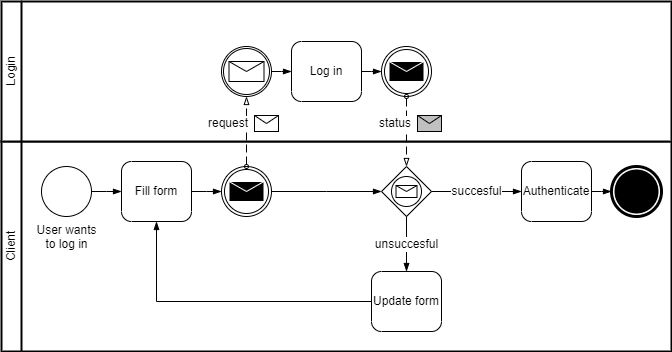
Earlier version of the draw.io export .gitbook/assets/login_bpmn.drawio.png (Bernardo-MG/development-docs-architecture). Source tidied: cells renumbered, new cells last; positions are measured from the earlier drawing's top-left corner, leaving out a move shared by most shapes.
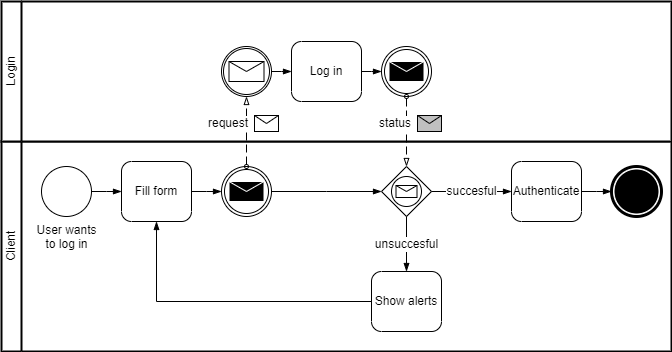
Above is the later version.

What changed in the source:
```diff
@@ -20,11 +20,11 @@
       <mxGeometry relative="1" as="geometry" />
     </mxCell>
     <mxCell id="7" value="Authenticate" style="points=[[0.25,0,0],[0.5,0,0],[0.75,0,0],[1,0.25,0],[1,0.5,0],[1,0.75,0],[0.75,1,0],[0.5,1,0],[0.25,1,0],[0,0.75,0],[0,0.5,0],[0,0.25,0]];shape=mxgraph.bpmn.task;whiteSpace=wrap;rectStyle=rounded;size=10;html=1;taskMarker=abstract;" parent="2" vertex="1">
-      <mxGeometry x="520" y="20" width="70" height="60" as="geometry" />
+      <mxGeometry x="510" y="20" width="70" height="60" as="geometry" />
     </mxCell>
-    <mxCell id="8" value="Update form" style="points=[[0.25,0,0],[0.5,0,0],[0.75,0,0],[1,0.25,0],[1,0.5,0],[1,0.75,0],[0.75,1,0],[0.5,1,0],[0.25,1,0],[0,0.75,0],[0,0.5,0],[0,0.25,0]];shape=mxgraph.bpmn.task;whiteSpace=wrap;rectStyle=rounded;size=10;html=1;taskMarker=abstract;" parent="2" vertex="1">
-      <mxGeometry x="370" y="130" width="70" height="60" as="geometry" />
-    </mxCell>
+    <mxCell id="29" value="Show alerts" style="points=[[0.25,0,0],[0.5,0,0],[0.75,0,0],[1,0.25,0],[1,0.5,0],[1,0.75,0],[0.75,1,0],[0.5,1,0],[0.25,1,0],[0,0.75,0],[0,0.5,0],[0,0.25,0]];shape=mxgraph.bpmn.task;whiteSpace=wrap;rectStyle=rounded;size=10;html=1;taskMarker=abstract;" parent="2" vertex="1">
+      <mxGeometry x="370" y="130" width="70" height="60" as="geometry" />
+    </mxCell>
     <mxCell id="9" style="points=[[0.145,0.145,0],[0.5,0,0],[0.855,0.145,0],[1,0.5,0],[0.855,0.855,0],[0.5,1,0],[0.145,0.855,0],[0,0.5,0]];shape=mxgraph.bpmn.event;html=1;verticalLabelPosition=bottom;labelBackgroundColor=#ffffff;verticalAlign=top;align=center;perimeter=ellipsePerimeter;outlineConnect=0;outline=end;symbol=terminate;" parent="2" vertex="1">
       <mxGeometry x="610" y="25" width="50" height="50" as="geometry" />
     </mxCell>
@@ -34,16 +34,16 @@
     <mxCell id="11" style="points=[[0.25,0.25,0],[0.5,0,0],[0.75,0.25,0],[1,0.5,0],[0.75,0.75,0],[0.5,1,0],[0.25,0.75,0],[0,0.5,0]];shape=mxgraph.bpmn.gateway2;html=1;verticalLabelPosition=bottom;labelBackgroundColor=#ffffff;verticalAlign=top;align=center;perimeter=rhombusPerimeter;outlineConnect=0;outline=standard;symbol=message;" parent="2" vertex="1">
       <mxGeometry x="380" y="25" width="50" height="50" as="geometry" />
     </mxCell>
-    <mxCell id="12" value="unsuccesful" style="edgeStyle=orthogonalEdgeStyle;fontSize=12;html=1;endArrow=blockThin;endFill=1;rounded=0;exitX=0.5;exitY=1;exitDx=0;exitDy=0;exitPerimeter=0;entryX=0.5;entryY=0;entryDx=0;entryDy=0;entryPerimeter=0;" parent="2" edge="1" source="11" target="8">
+    <mxCell id="12" value="unsuccesful" style="edgeStyle=orthogonalEdgeStyle;fontSize=12;html=1;endArrow=blockThin;endFill=1;rounded=0;exitX=0.5;exitY=1;exitDx=0;exitDy=0;exitPerimeter=0;entryX=0.5;entryY=0;entryDx=0;entryDy=0;entryPerimeter=0;" parent="2" edge="1" source="11" target="29">
       <mxGeometry relative="1" as="geometry" />
     </mxCell>
-    <mxCell id="13" style="edgeStyle=elbowEdgeStyle;fontSize=12;html=1;endArrow=blockThin;endFill=1;rounded=0;exitX=0;exitY=0.5;exitDx=0;exitDy=0;exitPerimeter=0;entryX=0.5;entryY=1;entryDx=0;entryDy=0;entryPerimeter=0;" parent="2" edge="1" source="8" target="5">
-      <mxGeometry relative="1" as="geometry">
-        <Array as="points">
-          <mxPoint x="155" y="120" />
-        </Array>
-      </mxGeometry>
-    </mxCell>
+    <mxCell id="30" style="edgeStyle=elbowEdgeStyle;fontSize=12;html=1;endArrow=blockThin;endFill=1;rounded=0;exitX=0;exitY=0.5;exitDx=0;exitDy=0;exitPerimeter=0;entryX=0.5;entryY=1;entryDx=0;entryDy=0;entryPerimeter=0;" parent="2" edge="1" source="29" target="5">
+      <mxGeometry relative="1" as="geometry">
+        <Array as="points">
+          <mxPoint x="155" y="120" />
+        </Array>
+      </mxGeometry>
+    </mxCell>
     <mxCell id="14" value="succesful" style="edgeStyle=elbowEdgeStyle;fontSize=12;html=1;endArrow=blockThin;endFill=1;rounded=0;exitX=1;exitY=0.5;exitDx=0;exitDy=0;exitPerimeter=0;entryX=0;entryY=0.5;entryDx=0;entryDy=0;entryPerimeter=0;" parent="2" edge="1" source="11" target="7">
       <mxGeometry relative="1" as="geometry" />
     </mxCell>
```
